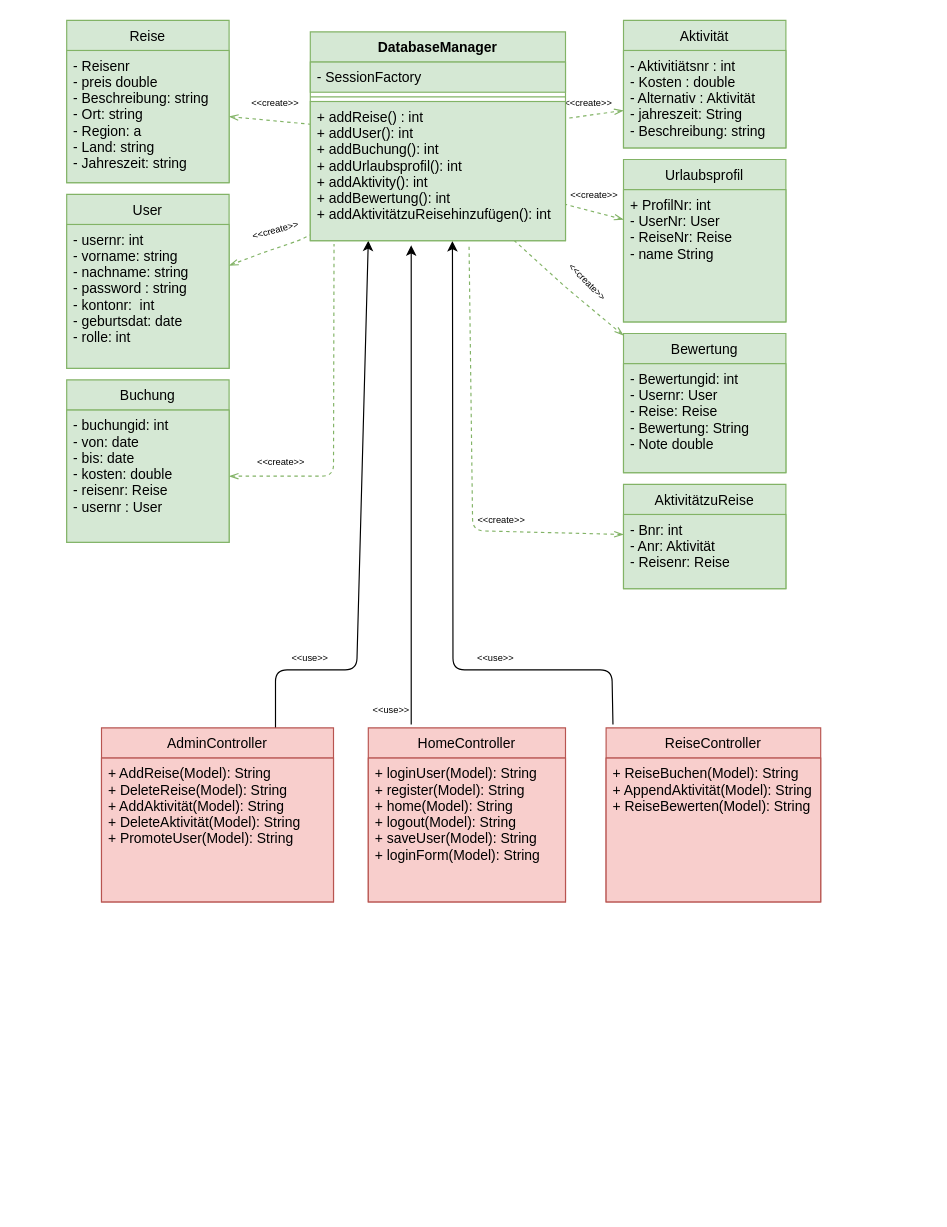
Above: Praktikum3/OOD.drawio in DingFing/TravelProject (draw.io), before the change. Source tidied: cells renumbered, new cells numbered last; positions are measured from the earlier drawing's top-left corner, leaving out a move shared by most shapes. Both pictures are drawn from the tidied source at 116%, with x=0, y=0 at pixel (66, 20).
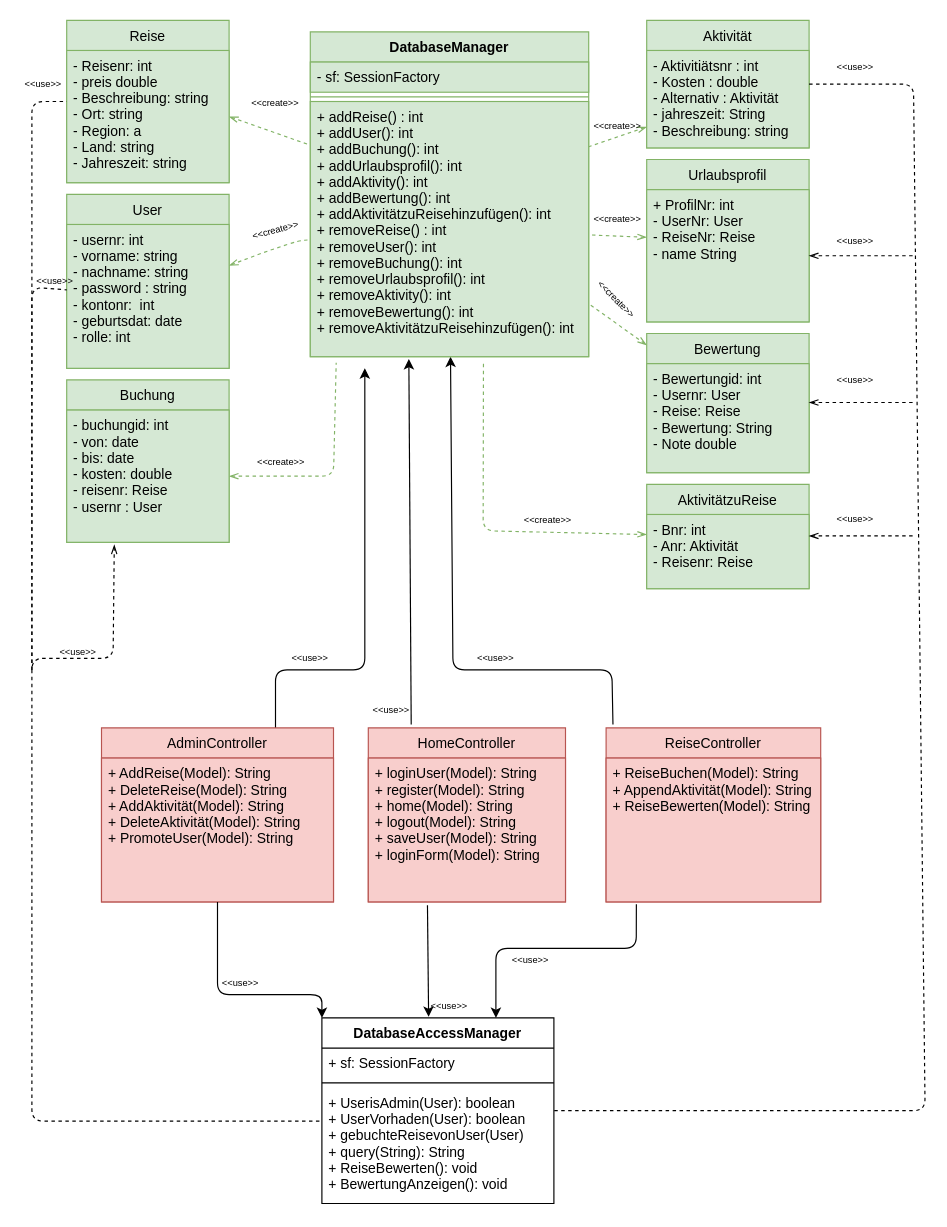
Above is the later version.

The change refers to these unchanged cells:
```xml
<mxCell id="30" value="Reise" style="swimlane;fontStyle=0;horizontal=1;startSize=26;fillColor=#d5e8d4;strokeColor=#82b366;" parent="1" vertex="1">
  <mxGeometry width="140" height="140" as="geometry" />
</mxCell>
<mxCell id="33" value="- usernr: int&#10;- vorname: string&#10;- nachname: string&#10;- password : string&#10;- kontonr:  int&#10;- geburtsdat: date&#10;- rolle: int" style="text;strokeColor=#82b366;fillColor=#d5e8d4;align=left;verticalAlign=top;spacingLeft=4;spacingRight=4;overflow=hidden;points=[[0,0.5],[1,0.5]];portConstraint=eastwest;" parent="32" vertex="1">
  <mxGeometry y="26" width="140" height="124" as="geometry" />
</mxCell>
<mxCell id="35" value="- buchungid: int&#10;- von: date&#10;- bis: date&#10;- kosten: double&#10;- reisenr: Reise&#10;- usernr : User" style="text;strokeColor=#82b366;fillColor=#d5e8d4;align=left;verticalAlign=top;spacingLeft=4;spacingRight=4;overflow=hidden;points=[[0,0.5],[1,0.5]];portConstraint=eastwest;" parent="34" vertex="1">
  <mxGeometry y="26" width="140" height="114" as="geometry" />
</mxCell>
<mxCell id="40" value="ReiseController" style="swimlane;fontStyle=0;horizontal=1;startSize=26;fillColor=#f8cecc;strokeColor=#b85450;" parent="1" vertex="1">
  <mxGeometry x="465" y="610" width="185" height="150" as="geometry" />
</mxCell>
<mxCell id="41" value="+ ReiseBuchen(Model): String&#10;+ AppendAktivität(Model): String&#10;+ ReiseBewerten(Model): String" style="text;strokeColor=#b85450;fillColor=#f8cecc;align=left;verticalAlign=top;spacingLeft=4;spacingRight=4;overflow=hidden;points=[[0,0.5],[1,0.5]];portConstraint=eastwest;" parent="40" vertex="1">
  <mxGeometry y="26" width="185" height="124" as="geometry" />
</mxCell>
<mxCell id="42" value="AdminController" style="swimlane;fontStyle=0;horizontal=1;startSize=26;fillColor=#f8cecc;strokeColor=#b85450;" parent="1" vertex="1">
  <mxGeometry x="30" y="610" width="200" height="150" as="geometry" />
</mxCell>
<mxCell id="43" value="+ AddReise(Model): String&#10;+ DeleteReise(Model): String&#10;+ AddAktivität(Model): String&#10;+ DeleteAktivität(Model): String&#10;+ PromoteUser(Model): String" style="text;strokeColor=#b85450;fillColor=#f8cecc;align=left;verticalAlign=top;spacingLeft=4;spacingRight=4;overflow=hidden;points=[[0,0.5],[1,0.5]];portConstraint=eastwest;" parent="42" vertex="1">
  <mxGeometry y="26" width="200" height="124" as="geometry" />
</mxCell>
<mxCell id="45" value="+ loginUser(Model): String&#10;+ register(Model): String&#10;+ home(Model): String&#10;+ logout(Model): String&#10;+ saveUser(Model): String&#10;+ loginForm(Model): String" style="text;strokeColor=#b85450;fillColor=#f8cecc;align=left;verticalAlign=top;spacingLeft=4;spacingRight=4;overflow=hidden;points=[[0,0.5],[1,0.5]];portConstraint=eastwest;" parent="44" vertex="1">
  <mxGeometry y="26" width="170" height="124" as="geometry" />
</mxCell>
```

The edit, as a diff of the source:
```diff
@@
     <mxCell id="5" style="endArrow=none;dashed=1;html=1;startArrow=openThin;startFill=0;entryX=0.622;entryY=1.024;entryDx=0;entryDy=0;entryPerimeter=0;fillColor=#d5e8d4;strokeColor=#82b366;" parent="1" edge="1" source="28" target="39">
       <mxGeometry relative="1" as="geometry">
         <Array as="points">
-          <mxPoint x="350" y="440" />
+          <mxPoint x="359" y="440" />
         </Array>
       </mxGeometry>
     </mxCell>
@@
     <mxCell id="9" value="&lt;font style=&quot;font-size: 8px&quot;&gt;&amp;lt;&amp;lt;create&amp;gt;&amp;gt;&lt;/font&gt;" style="text;html=1;align=center;verticalAlign=middle;whiteSpace=wrap;rounded=0;" parent="1" vertex="1">
-      <mxGeometry x="430" y="140" width="50" height="20" as="geometry" />
+      <mxGeometry x="450" y="160" width="50" height="20" as="geometry" />
     </mxCell>
     <mxCell id="10" value="&lt;font style=&quot;font-size: 8px&quot;&gt;&amp;lt;&amp;lt;create&amp;gt;&amp;gt;&lt;/font&gt;" style="text;html=1;align=center;verticalAlign=middle;whiteSpace=wrap;rounded=0;" parent="1" vertex="1">
-      <mxGeometry x="425" y="60" width="50" height="20" as="geometry" />
+      <mxGeometry x="450" y="80" width="50" height="20" as="geometry" />
     </mxCell>
     <mxCell id="11" value="&lt;font style=&quot;font-size: 8px&quot;&gt;&amp;lt;&amp;lt;create&amp;gt;&amp;gt;&lt;/font&gt;" style="text;html=1;align=center;verticalAlign=middle;whiteSpace=wrap;rounded=0;rotation=45;" parent="1" vertex="1">
-      <mxGeometry x="425" y="215" width="50" height="20" as="geometry" />
+      <mxGeometry x="450" y="230" width="50" height="20" as="geometry" />
     </mxCell>
     <mxCell id="12" value="&lt;font style=&quot;font-size: 8px&quot;&gt;&amp;lt;&amp;lt;create&amp;gt;&amp;gt;&lt;/font&gt;" style="text;html=1;align=center;verticalAlign=middle;whiteSpace=wrap;rounded=0;" parent="1" vertex="1">
-      <mxGeometry x="350" y="420" width="50" height="20" as="geometry" />
+      <mxGeometry x="390" y="420" width="50" height="20" as="geometry" />
     </mxCell>
@@
-    <mxCell id="16" style="endArrow=classic;html=1;" parent="1" edge="1">
+    <mxCell id="16" style="endArrow=classic;html=1;entryX=0.354;entryY=1.009;entryDx=0;entryDy=0;entryPerimeter=0;" parent="1" edge="1" target="39">
       <mxGeometry relative="1" as="geometry">
         <mxPoint x="297" y="607" as="sourcePoint" />
-        <mxPoint x="297" y="194" as="targetPoint" />
       </mxGeometry>
     </mxCell>
-    <mxCell id="17" style="endArrow=classic;html=1;entryX=0.557;entryY=1.003;entryDx=0;entryDy=0;entryPerimeter=0;exitX=0.032;exitY=-0.02;exitDx=0;exitDy=0;exitPerimeter=0;" parent="1" edge="1" source="40" target="39">
+    <mxCell id="17" style="endArrow=classic;html=1;exitX=0.032;exitY=-0.02;exitDx=0;exitDy=0;exitPerimeter=0;" parent="1" edge="1" source="40" target="39">
       <mxGeometry relative="1" as="geometry">
         <Array as="points">
           <mxPoint x="470" y="560" />
           <mxPoint x="333" y="560" />
         </Array>
       </mxGeometry>
     </mxCell>
     <mxCell id="18" style="endArrow=classic;html=1;exitX=0.75;exitY=0;exitDx=0;exitDy=0;" parent="1" edge="1" source="42">
       <mxGeometry relative="1" as="geometry">
-        <mxPoint x="260" y="190" as="targetPoint" />
+        <mxPoint x="257" y="300" as="targetPoint" />
         <Array as="points">
           <mxPoint x="180" y="560" />
-          <mxPoint x="250" y="560" />
+          <mxPoint x="257" y="560" />
         </Array>
       </mxGeometry>
     </mxCell>
@@
-    <mxCell id="22" value="Aktivität" style="swimlane;fontStyle=0;horizontal=1;startSize=26;fillColor=#d5e8d4;strokeColor=#82b366;" parent="1" vertex="1">
-      <mxGeometry x="480" width="140" height="110" as="geometry" />
-    </mxCell>
-    <mxCell id="23" value="- Aktivitiätsnr : int&#10;- Kosten : double&#10;- Alternativ : Aktivität&#10;- jahreszeit: String&#10;- Beschreibung: string" style="text;strokeColor=#82b366;fillColor=#d5e8d4;align=left;verticalAlign=top;spacingLeft=4;spacingRight=4;overflow=hidden;points=[[0,0.5],[1,0.5]];portConstraint=eastwest;" parent="22" vertex="1">
-      <mxGeometry y="26" width="140" height="84" as="geometry" />
-    </mxCell>
-    <mxCell id="24" value="Urlaubsprofil" style="swimlane;fontStyle=0;horizontal=1;startSize=26;fillColor=#d5e8d4;strokeColor=#82b366;" parent="1" vertex="1">
-      <mxGeometry x="480" y="120" width="140" height="140" as="geometry" />
-    </mxCell>
-    <mxCell id="25" value="+ ProfilNr: int&#10;- UserNr: User&#10;- ReiseNr: Reise&#10;- name String" style="text;strokeColor=#82b366;fillColor=#d5e8d4;align=left;verticalAlign=top;spacingLeft=4;spacingRight=4;overflow=hidden;points=[[0,0.5],[1,0.5]];portConstraint=eastwest;" parent="24" vertex="1">
-      <mxGeometry y="26" width="140" height="114" as="geometry" />
-    </mxCell>
-    <mxCell id="26" value="Bewertung" style="swimlane;fontStyle=0;horizontal=1;startSize=26;fillColor=#d5e8d4;strokeColor=#82b366;" parent="1" vertex="1">
-      <mxGeometry x="480" y="270" width="140" height="120" as="geometry" />
-    </mxCell>
-    <mxCell id="27" value="- Bewertungid: int&#10;- Usernr: User&#10;- Reise: Reise&#10;- Bewertung: String&#10;- Note double" style="text;strokeColor=#82b366;fillColor=#d5e8d4;align=left;verticalAlign=top;spacingLeft=4;spacingRight=4;overflow=hidden;" parent="26" vertex="1">
-      <mxGeometry y="26" width="140" height="94" as="geometry" />
-    </mxCell>
-    <mxCell id="28" value="AktivitätzuReise" style="swimlane;fontStyle=0;horizontal=1;startSize=26;fillColor=#d5e8d4;strokeColor=#82b366;" parent="1" vertex="1">
-      <mxGeometry x="480" y="400" width="140" height="90" as="geometry" />
-    </mxCell>
-    <mxCell id="29" value="- Bnr: int&#10;- Anr: Aktivität&#10;- Reisenr: Reise" style="text;strokeColor=#82b366;fillColor=#d5e8d4;align=left;verticalAlign=top;spacingLeft=4;spacingRight=4;overflow=hidden;" parent="28" vertex="1">
-      <mxGeometry y="26" width="140" height="64" as="geometry" />
-    </mxCell>
@@
-    <mxCell id="31" value="- Reisenr&#10;- preis double&#10;- Beschreibung: string&#10;- Ort: string&#10;- Region: a&#10;- Land: string&#10;- Jahreszeit: string" style="text;strokeColor=#82b366;fillColor=#d5e8d4;align=left;verticalAlign=top;spacingLeft=4;spacingRight=4;overflow=hidden;points=[[0,0.5],[1,0.5]];portConstraint=eastwest;" parent="30" vertex="1">
+    <mxCell id="31" value="- Reisenr: int&#10;- preis double&#10;- Beschreibung: string&#10;- Ort: string&#10;- Region: a&#10;- Land: string&#10;- Jahreszeit: string" style="text;strokeColor=#82b366;fillColor=#d5e8d4;align=left;verticalAlign=top;spacingLeft=4;spacingRight=4;overflow=hidden;points=[[0,0.5],[1,0.5]];portConstraint=eastwest;" parent="30" vertex="1">
       <mxGeometry y="26" width="140" height="114" as="geometry" />
     </mxCell>
@@
     <mxCell id="36" value="DatabaseManager" style="swimlane;fontStyle=1;align=center;verticalAlign=top;horizontal=1;startSize=26;fillColor=#d5e8d4;strokeColor=#82b366;" parent="1" vertex="1">
-      <mxGeometry x="210" y="10" width="220" height="180" as="geometry" />
+      <mxGeometry x="210" y="10" width="240" height="280" as="geometry" />
     </mxCell>
-    <mxCell id="37" value="- SessionFactory" style="text;strokeColor=#82b366;fillColor=#d5e8d4;align=left;verticalAlign=top;spacingLeft=4;spacingRight=4;overflow=hidden;" parent="36" vertex="1">
-      <mxGeometry y="26" width="220" height="26" as="geometry" />
+    <mxCell id="37" value="- sf: SessionFactory" style="text;strokeColor=#82b366;fillColor=#d5e8d4;align=left;verticalAlign=top;spacingLeft=4;spacingRight=4;overflow=hidden;" parent="36" vertex="1">
+      <mxGeometry y="26" width="240" height="26" as="geometry" />
     </mxCell>
     <mxCell id="38" style="line;strokeWidth=1;fillColor=#d5e8d4;align=left;verticalAlign=middle;spacingTop=-1;spacingLeft=3;spacingRight=3;labelPosition=right;strokeColor=#82b366;" parent="36" vertex="1">
-      <mxGeometry y="52" width="220" height="8" as="geometry" />
+      <mxGeometry y="52" width="240" height="8" as="geometry" />
     </mxCell>
-    <mxCell id="39" value="+ addReise() : int&#10;+ addUser(): int&#10;+ addBuchung(): int&#10;+ addUrlaubsprofil(): int&#10;+ addAktivity(): int&#10;+ addBewertung(): int&#10;+ addAktivitätzuReisehinzufügen(): int" style="text;strokeColor=#82b366;fillColor=#d5e8d4;align=left;verticalAlign=top;spacingLeft=4;spacingRight=4;overflow=hidden;points=[[0,0.5],[1,0.5]];portConstraint=eastwest;" parent="36" vertex="1">
-      <mxGeometry y="60" width="220" height="120" as="geometry" />
+    <mxCell id="39" value="+ addReise() : int&#10;+ addUser(): int&#10;+ addBuchung(): int&#10;+ addUrlaubsprofil(): int&#10;+ addAktivity(): int&#10;+ addBewertung(): int&#10;+ addAktivitätzuReisehinzufügen(): int&#10;+ removeReise() : int&#10;+ removeUser(): int&#10;+ removeBuchung(): int&#10;+ removeUrlaubsprofil(): int&#10;+ removeAktivity(): int&#10;+ removeBewertung(): int&#10;+ removeAktivitätzuReisehinzufügen(): int" style="text;strokeColor=#82b366;fillColor=#d5e8d4;align=left;verticalAlign=top;spacingLeft=4;spacingRight=4;overflow=hidden;points=[[0,0.5],[1,0.5]];portConstraint=eastwest;" parent="36" vertex="1">
+      <mxGeometry y="60" width="240" height="220" as="geometry" />
     </mxCell>
@@
+    <mxCell id="22" value="Aktivität" style="swimlane;fontStyle=0;horizontal=1;startSize=26;fillColor=#d5e8d4;strokeColor=#82b366;" parent="1" vertex="1">
+      <mxGeometry x="500" width="140" height="110" as="geometry" />
+    </mxCell>
+    <mxCell id="23" value="- Aktivitiätsnr : int&#10;- Kosten : double&#10;- Alternativ : Aktivität&#10;- jahreszeit: String&#10;- Beschreibung: string" style="text;strokeColor=#82b366;fillColor=#d5e8d4;align=left;verticalAlign=top;spacingLeft=4;spacingRight=4;overflow=hidden;points=[[0,0.5],[1,0.5]];portConstraint=eastwest;" parent="22" vertex="1">
+      <mxGeometry y="26" width="140" height="84" as="geometry" />
+    </mxCell>
+    <mxCell id="24" value="Urlaubsprofil" style="swimlane;fontStyle=0;horizontal=1;startSize=26;fillColor=#d5e8d4;strokeColor=#82b366;" parent="1" vertex="1">
+      <mxGeometry x="500" y="120" width="140" height="140" as="geometry" />
+    </mxCell>
+    <mxCell id="25" value="+ ProfilNr: int&#10;- UserNr: User&#10;- ReiseNr: Reise&#10;- name String" style="text;strokeColor=#82b366;fillColor=#d5e8d4;align=left;verticalAlign=top;spacingLeft=4;spacingRight=4;overflow=hidden;points=[[0,0.5],[1,0.5]];portConstraint=eastwest;" parent="24" vertex="1">
+      <mxGeometry y="26" width="140" height="114" as="geometry" />
+    </mxCell>
+    <mxCell id="26" value="Bewertung" style="swimlane;fontStyle=0;horizontal=1;startSize=26;fillColor=#d5e8d4;strokeColor=#82b366;" parent="1" vertex="1">
+      <mxGeometry x="500" y="270" width="140" height="120" as="geometry" />
+    </mxCell>
+    <mxCell id="27" value="- Bewertungid: int&#10;- Usernr: User&#10;- Reise: Reise&#10;- Bewertung: String&#10;- Note double" style="text;strokeColor=#82b366;fillColor=#d5e8d4;align=left;verticalAlign=top;spacingLeft=4;spacingRight=4;overflow=hidden;" parent="26" vertex="1">
+      <mxGeometry y="26" width="140" height="94" as="geometry" />
+    </mxCell>
+    <mxCell id="28" value="AktivitätzuReise" style="swimlane;fontStyle=0;horizontal=1;startSize=26;fillColor=#d5e8d4;strokeColor=#82b366;" parent="1" vertex="1">
+      <mxGeometry x="500" y="400" width="140" height="90" as="geometry" />
+    </mxCell>
+    <mxCell id="29" value="- Bnr: int&#10;- Anr: Aktivität&#10;- Reisenr: Reise" style="text;strokeColor=#82b366;fillColor=#d5e8d4;align=left;verticalAlign=top;spacingLeft=4;spacingRight=4;overflow=hidden;" parent="28" vertex="1">
+      <mxGeometry y="26" width="140" height="64" as="geometry" />
+    </mxCell>
+    <mxCell id="46" value="DatabaseAccessManager" style="swimlane;fontStyle=1;align=center;verticalAlign=top;horizontal=1;startSize=26;fontSize=12;" parent="1" vertex="1">
+      <mxGeometry x="220" y="860" width="200" height="160" as="geometry" />
+    </mxCell>
+    <mxCell id="47" value="+ sf: SessionFactory" style="text;strokeColor=none;fillColor=none;align=left;verticalAlign=top;spacingLeft=4;spacingRight=4;overflow=hidden;" parent="46" vertex="1">
+      <mxGeometry y="26" width="200" height="26" as="geometry" />
+    </mxCell>
+    <mxCell id="48" style="line;strokeWidth=1;fillColor=none;align=left;verticalAlign=middle;spacingTop=-1;spacingLeft=3;spacingRight=3;labelPosition=right;" parent="46" vertex="1">
+      <mxGeometry y="52" width="200" height="8" as="geometry" />
+    </mxCell>
+    <mxCell id="49" value="+ UserisAdmin(User): boolean&#10;+ UserVorhaden(User): boolean&#10;+ gebuchteReisevonUser(User)&#10;+ query(String): String&#10;+ ReiseBewerten(): void&#10;+ BewertungAnzeigen(): void&#10;" style="text;strokeColor=none;fillColor=none;align=left;verticalAlign=top;spacingLeft=4;spacingRight=4;overflow=hidden;points=[[0,0.5],[1,0.5]];portConstraint=eastwest;" parent="46" vertex="1">
+      <mxGeometry y="60" width="200" height="100" as="geometry" />
+    </mxCell>
+    <mxCell id="50" style="endArrow=none;dashed=1;html=1;fontSize=12;entryX=-0.005;entryY=0.29;entryDx=0;entryDy=0;entryPerimeter=0;exitX=0.293;exitY=1.018;exitDx=0;exitDy=0;exitPerimeter=0;startArrow=openThin;startFill=0;" parent="1" edge="1" source="35" target="49">
+      <mxGeometry relative="1" as="geometry">
+        <Array as="points">
+          <mxPoint x="40" y="550" />
+          <mxPoint x="-30" y="550" />
+          <mxPoint x="-30" y="949" />
+        </Array>
+      </mxGeometry>
+    </mxCell>
+    <mxCell id="51" value="&amp;lt;&amp;lt;use&amp;gt;&amp;gt;" style="text;html=1;strokeColor=none;fillColor=none;align=center;verticalAlign=middle;whiteSpace=wrap;rounded=0;fontSize=8;" parent="1" vertex="1">
+      <mxGeometry x="-10" y="535" width="40" height="20" as="geometry" />
+    </mxCell>
+    <mxCell id="52" style="endArrow=none;dashed=1;html=1;fontSize=12;" parent="1" edge="1" target="30">
+      <mxGeometry relative="1" as="geometry">
+        <mxPoint x="-30" y="560" as="sourcePoint" />
+        <Array as="points">
+          <mxPoint x="-30" y="70" />
+        </Array>
+      </mxGeometry>
+    </mxCell>
+    <mxCell id="53" value="&amp;lt;&amp;lt;use&amp;gt;&amp;gt;" style="text;html=1;strokeColor=none;fillColor=none;align=center;verticalAlign=middle;whiteSpace=wrap;rounded=0;fontSize=8;" parent="1" vertex="1">
+      <mxGeometry x="-40" y="45" width="40" height="20" as="geometry" />
+    </mxCell>
+    <mxCell id="54" style="endArrow=none;dashed=1;html=1;fontSize=12;" parent="1" edge="1" target="33">
+      <mxGeometry relative="1" as="geometry">
+        <mxPoint x="-30" y="560" as="sourcePoint" />
+        <Array as="points">
+          <mxPoint x="-30" y="230" />
+        </Array>
+      </mxGeometry>
+    </mxCell>
+    <mxCell id="55" value="&amp;lt;&amp;lt;use&amp;gt;&amp;gt;" style="text;html=1;strokeColor=none;fillColor=none;align=center;verticalAlign=middle;whiteSpace=wrap;rounded=0;fontSize=8;" parent="1" vertex="1">
+      <mxGeometry x="-30" y="215" width="40" height="20" as="geometry" />
+    </mxCell>
+    <mxCell id="56" style="endArrow=none;dashed=1;html=1;fontSize=12;" parent="1" edge="1" source="22" target="46">
+      <mxGeometry relative="1" as="geometry">
+        <Array as="points">
+          <mxPoint x="730" y="55" />
+          <mxPoint x="740" y="940" />
+        </Array>
+      </mxGeometry>
+    </mxCell>
+    <mxCell id="57" value="&amp;lt;&amp;lt;use&amp;gt;&amp;gt;" style="text;html=1;strokeColor=none;fillColor=none;align=center;verticalAlign=middle;whiteSpace=wrap;rounded=0;fontSize=8;" parent="1" vertex="1">
+      <mxGeometry x="660" y="30" width="40" height="20" as="geometry" />
+    </mxCell>
+    <mxCell id="58" style="endArrow=none;dashed=1;html=1;fontSize=12;startArrow=openThin;startFill=0;" parent="1" edge="1" source="25">
+      <mxGeometry relative="1" as="geometry">
+        <mxPoint x="730" y="203" as="targetPoint" />
+      </mxGeometry>
+    </mxCell>
+    <mxCell id="59" value="&amp;lt;&amp;lt;use&amp;gt;&amp;gt;" style="text;html=1;strokeColor=none;fillColor=none;align=center;verticalAlign=middle;whiteSpace=wrap;rounded=0;fontSize=8;" parent="1" vertex="1">
+      <mxGeometry x="660" y="180" width="40" height="20" as="geometry" />
+    </mxCell>
+    <mxCell id="60" style="endArrow=none;dashed=1;html=1;fontSize=12;startArrow=openThin;startFill=0;" parent="1" edge="1">
+      <mxGeometry relative="1" as="geometry">
+        <mxPoint x="640" y="329.5" as="sourcePoint" />
+        <mxPoint x="730" y="329.5" as="targetPoint" />
+      </mxGeometry>
+    </mxCell>
+    <mxCell id="61" value="&amp;lt;&amp;lt;use&amp;gt;&amp;gt;" style="text;html=1;strokeColor=none;fillColor=none;align=center;verticalAlign=middle;whiteSpace=wrap;rounded=0;fontSize=8;" parent="1" vertex="1">
+      <mxGeometry x="660" y="300" width="40" height="20" as="geometry" />
+    </mxCell>
+    <mxCell id="62" style="endArrow=none;dashed=1;html=1;fontSize=12;startArrow=openThin;startFill=0;" parent="1" edge="1">
+      <mxGeometry relative="1" as="geometry">
+        <mxPoint x="640" y="444.5" as="sourcePoint" />
+        <mxPoint x="730" y="444.5" as="targetPoint" />
+      </mxGeometry>
+    </mxCell>
+    <mxCell id="63" value="&amp;lt;&amp;lt;use&amp;gt;&amp;gt;" style="text;html=1;strokeColor=none;fillColor=none;align=center;verticalAlign=middle;whiteSpace=wrap;rounded=0;fontSize=8;" parent="1" vertex="1">
+      <mxGeometry x="660" y="420" width="40" height="20" as="geometry" />
+    </mxCell>
+    <mxCell id="64" style="endArrow=classic;html=1;fontSize=12;entryX=0;entryY=0;entryDx=0;entryDy=0;" parent="1" edge="1" source="43" target="46">
+      <mxGeometry relative="1" as="geometry">
+        <Array as="points">
+          <mxPoint x="130" y="840" />
+          <mxPoint x="220" y="840" />
+        </Array>
+      </mxGeometry>
+    </mxCell>
+    <mxCell id="65" style="endArrow=classic;html=1;fontSize=12;entryX=0.46;entryY=-0.006;entryDx=0;entryDy=0;entryPerimeter=0;exitX=0.3;exitY=1.024;exitDx=0;exitDy=0;exitPerimeter=0;" parent="1" edge="1" source="45" target="46">
+      <mxGeometry relative="1" as="geometry" />
+    </mxCell>
+    <mxCell id="66" style="endArrow=classic;html=1;fontSize=12;entryX=0.75;entryY=0;entryDx=0;entryDy=0;exitX=0.141;exitY=1.016;exitDx=0;exitDy=0;exitPerimeter=0;" parent="1" edge="1" source="41" target="46">
+      <mxGeometry relative="1" as="geometry">
+        <Array as="points">
+          <mxPoint x="491" y="800" />
+          <mxPoint x="370" y="800" />
+        </Array>
+      </mxGeometry>
+    </mxCell>
+    <mxCell id="67" value="&amp;lt;&amp;lt;use&amp;gt;&amp;gt;" style="text;html=1;strokeColor=none;fillColor=none;align=center;verticalAlign=middle;whiteSpace=wrap;rounded=0;fontSize=8;" parent="1" vertex="1">
+      <mxGeometry x="130" y="820" width="40" height="20" as="geometry" />
+    </mxCell>
+    <mxCell id="68" value="&amp;lt;&amp;lt;use&amp;gt;&amp;gt;" style="text;html=1;strokeColor=none;fillColor=none;align=center;verticalAlign=middle;whiteSpace=wrap;rounded=0;fontSize=8;" parent="1" vertex="1">
+      <mxGeometry x="310" y="840" width="40" height="20" as="geometry" />
+    </mxCell>
+    <mxCell id="69" value="&amp;lt;&amp;lt;use&amp;gt;&amp;gt;" style="text;html=1;strokeColor=none;fillColor=none;align=center;verticalAlign=middle;whiteSpace=wrap;rounded=0;fontSize=8;" parent="1" vertex="1">
+      <mxGeometry x="380" y="800" width="40" height="20" as="geometry" />
+    </mxCell>
```
